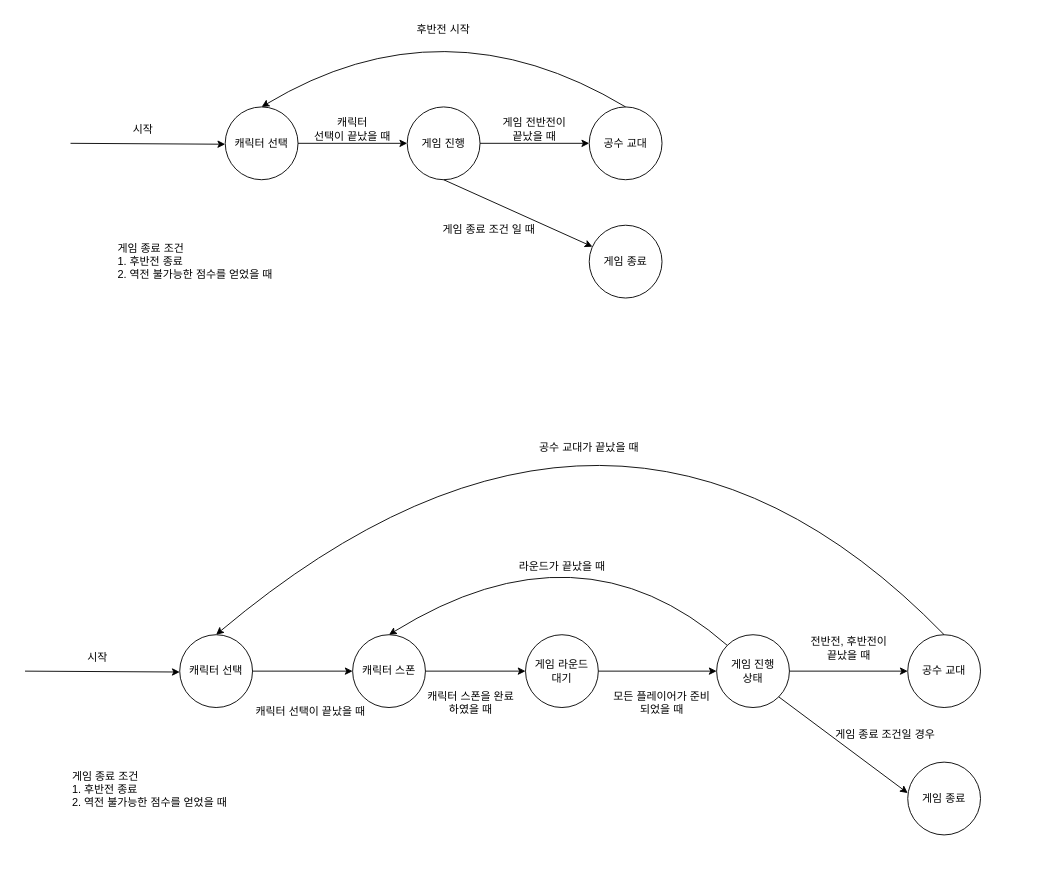
Earlier version of the draw.io diagram FSM/GameLogicFSM.drawio (INHA01/KOG_BOMBING). Source tidied: cells renumbered, new cells numbered last; positions are measured from the earlier drawing's top-left corner, leaving out a move shared by most shapes. Both pictures are drawn from the tidied source at 91%, with x=0, y=0 at pixel (25, -3).
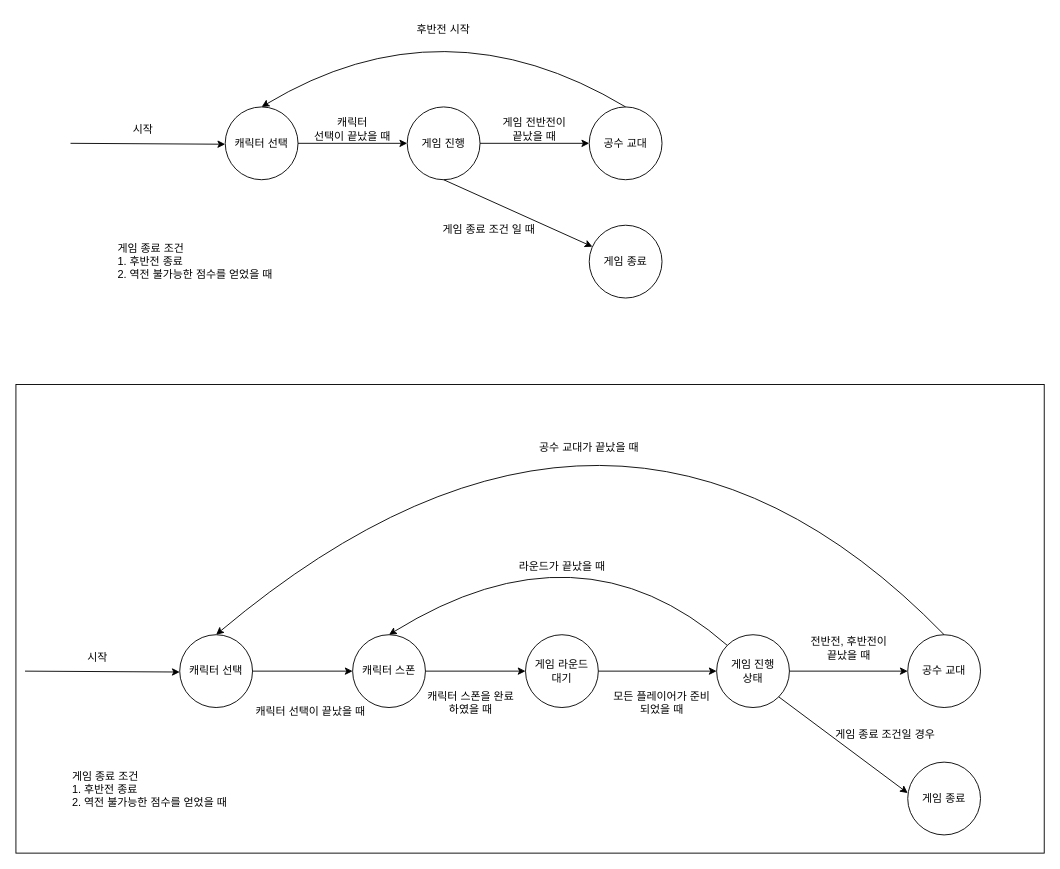
Above is the later version.

The edit, as a diff of the source:
```diff
@@
+    <mxCell id="40" style="rounded=0;whiteSpace=wrap;html=1;" parent="1" vertex="1">
+      <mxGeometry x="-10" y="425" width="1130" height="515" as="geometry" />
+    </mxCell>
```
